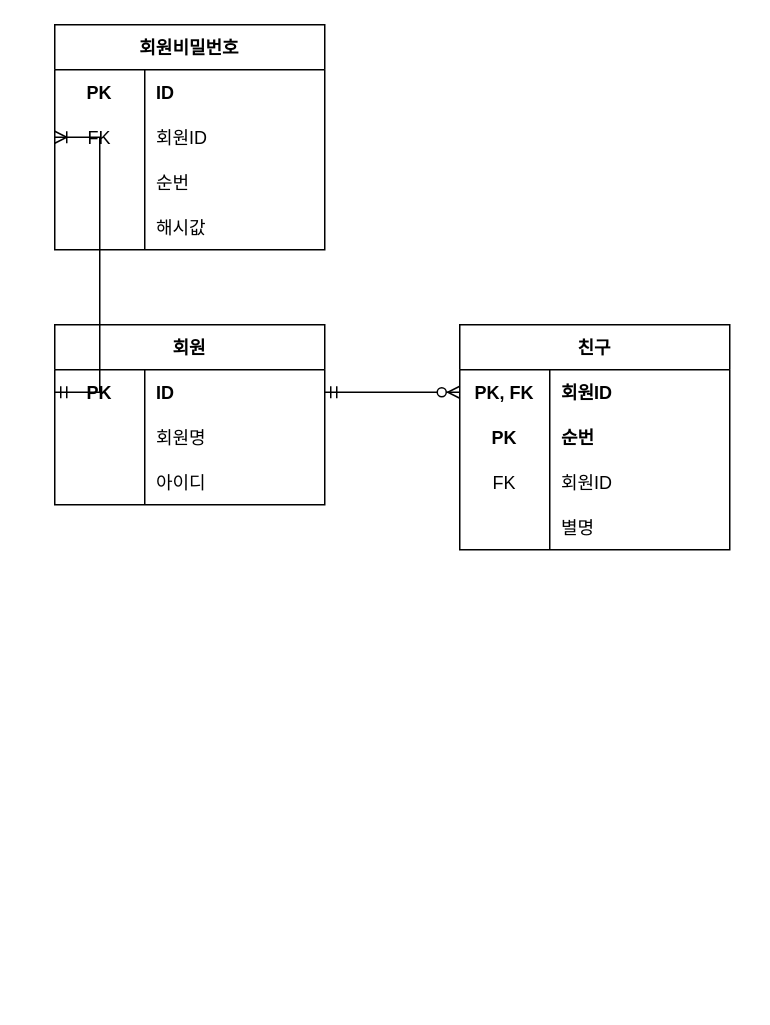
Earlier version of the draw.io diagram 제목 없는 다이어그램.drawio (GangBean/bankingService). Source tidied: cells renumbered, new cells numbered last; positions are measured from the earlier drawing's top-left corner, leaving out a move shared by most shapes. Both pictures are drawn from the tidied source at 150%, with x=0, y=0 at pixel (54, 24).
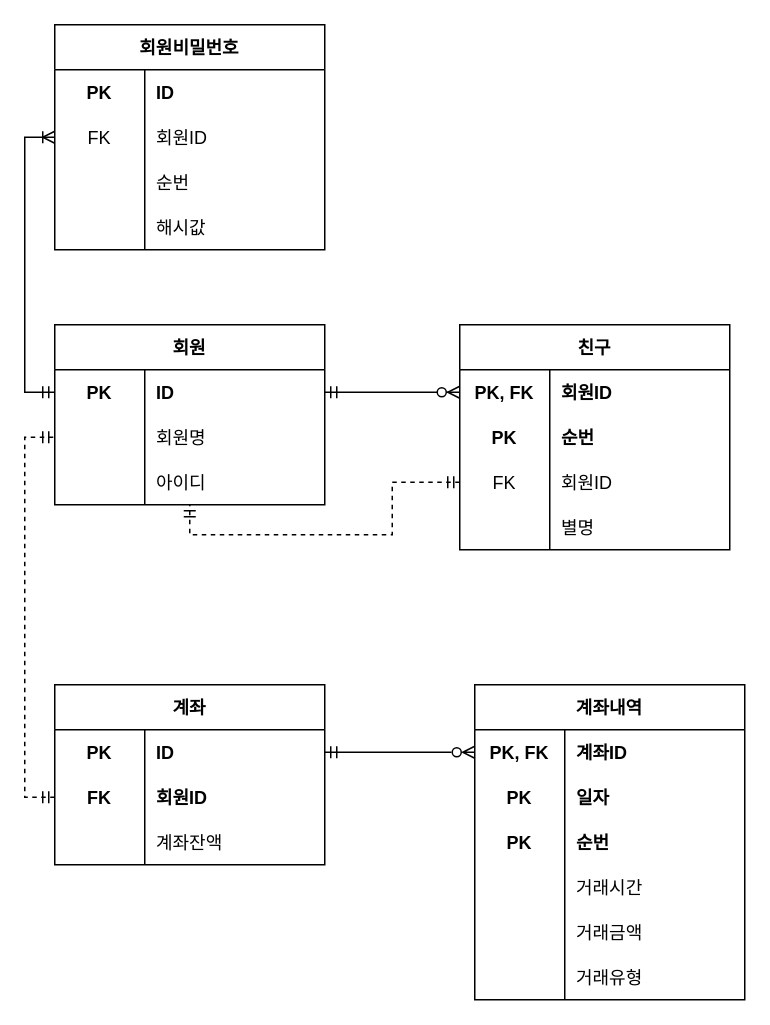
After the change.

Commit message (it also covers changes not shown here):
제목 없는 다이어그램.drawio 업데이트

Unchanged cells that the change refers to:
```xml
<mxCell id="3" style="shape=tableRow;horizontal=0;startSize=0;swimlaneHead=0;swimlaneBody=0;points=[[0,0.5],[1,0.5]];portConstraint=eastwest;top=0;left=0;right=0;bottom=0;strokeWidth=3;fillColor=none;strokeColor=#000000;" parent="2" vertex="1">
  <mxGeometry y="30" width="180" height="30" as="geometry" />
</mxCell>
<mxCell id="6" style="shape=tableRow;horizontal=0;startSize=0;swimlaneHead=0;swimlaneBody=0;fillColor=none;points=[[0,0.5],[1,0.5]];portConstraint=eastwest;top=0;left=0;right=0;bottom=0;" parent="2" vertex="1">
  <mxGeometry y="60" width="180" height="30" as="geometry" />
</mxCell>
<mxCell id="9" style="shape=tableRow;horizontal=0;startSize=0;swimlaneHead=0;swimlaneBody=0;fillColor=none;points=[[0,0.5],[1,0.5]];portConstraint=eastwest;top=0;left=0;right=0;bottom=0;" parent="2" vertex="1">
  <mxGeometry y="90" width="180" height="30" as="geometry" />
</mxCell>
<mxCell id="16" style="shape=tableRow;horizontal=0;startSize=0;swimlaneHead=0;swimlaneBody=0;points=[[0,0.5],[1,0.5]];portConstraint=eastwest;top=0;left=0;right=0;bottom=0;strokeWidth=3;fillColor=none;strokeColor=#000000;" parent="12" vertex="1">
  <mxGeometry y="60" width="180" height="30" as="geometry" />
</mxCell>
<mxCell id="32" style="shape=tableRow;horizontal=0;startSize=0;swimlaneHead=0;swimlaneBody=0;fillColor=none;points=[[0,0.5],[1,0.5]];portConstraint=eastwest;top=0;left=0;right=0;bottom=0;" parent="25" vertex="1">
  <mxGeometry y="90" width="180" height="30" as="geometry" />
</mxCell>
```

Change to the diagram source:
```diff
@@
-    <mxCell id="39" style="edgeStyle=entityRelationEdgeStyle;fontSize=12;html=1;endArrow=ERoneToMany;startArrow=ERmandOne;entryX=0;entryY=0.5;entryDx=0;entryDy=0;exitX=0;exitY=0.5;exitDx=0;exitDy=0;rounded=0;" parent="1" edge="1" source="3" target="16">
-      <mxGeometry x="-1" y="216" relative="1" as="geometry">
-        <mxPoint x="-210" y="166" as="offset" />
-      </mxGeometry>
+    <mxCell id="39" style="edgeStyle=orthogonalEdgeStyle;rounded=0;jettySize=auto;html=1;exitX=0;exitY=0.5;exitDx=0;exitDy=0;entryX=0;entryY=0.5;entryDx=0;entryDy=0;startArrow=ERmandOne;startFill=0;endArrow=ERoneToMany;endFill=0;" parent="1" edge="1" source="3" target="16">
+      <mxGeometry relative="1" as="geometry" />
     </mxCell>
+    <mxCell id="40" style="edgeStyle=orthogonalEdgeStyle;rounded=0;jettySize=auto;html=1;exitX=0;exitY=0.5;exitDx=0;exitDy=0;entryX=0.5;entryY=1;entryDx=0;entryDy=0;entryPerimeter=0;startArrow=ERmandOne;startFill=0;endArrow=ERmandOne;endFill=0;dashed=1;" parent="1" edge="1" source="32" target="9">
+      <mxGeometry relative="1" as="geometry" />
+    </mxCell>
+    <mxCell id="41" value="계좌" style="shape=table;startSize=30;childLayout=tableLayout;rowLines=0;fontStyle=1;align=center;" parent="1" vertex="1">
+      <mxGeometry y="440" width="180" height="120" as="geometry" />
+    </mxCell>
+    <mxCell id="42" style="shape=tableRow;horizontal=0;startSize=0;swimlaneHead=0;swimlaneBody=0;points=[[0,0.5],[1,0.5]];portConstraint=eastwest;top=0;left=0;right=0;bottom=0;strokeWidth=3;fillColor=none;strokeColor=#000000;" parent="41" vertex="1">
+      <mxGeometry y="30" width="180" height="30" as="geometry" />
+    </mxCell>
+    <mxCell id="43" value="PK" style="shape=partialRectangle;fillColor=none;top=0;left=0;bottom=0;right=0;fontStyle=1;overflow=hidden;" parent="42" vertex="1">
+      <mxGeometry width="60" height="30" as="geometry" />
+    </mxCell>
+    <mxCell id="44" value="ID" style="shape=partialRectangle;fillColor=none;top=0;left=0;bottom=0;right=0;align=left;spacingLeft=6;fontStyle=1;overflow=hidden;" parent="42" vertex="1">
+      <mxGeometry x="60" width="120" height="30" as="geometry" />
+    </mxCell>
+    <mxCell id="45" style="shape=tableRow;horizontal=0;startSize=0;swimlaneHead=0;swimlaneBody=0;fillColor=none;points=[[0,0.5],[1,0.5]];portConstraint=eastwest;top=0;left=0;right=0;bottom=0;" parent="41" vertex="1">
+      <mxGeometry y="60" width="180" height="30" as="geometry" />
+    </mxCell>
+    <mxCell id="46" value="FK" style="shape=partialRectangle;fillColor=none;top=0;left=0;bottom=0;right=0;overflow=hidden;fontStyle=1;" parent="45" vertex="1">
+      <mxGeometry width="60" height="30" as="geometry" />
+    </mxCell>
+    <mxCell id="47" value="회원ID" style="shape=partialRectangle;fillColor=none;top=0;left=0;bottom=0;right=0;align=left;spacingLeft=6;overflow=hidden;fontStyle=1;" parent="45" vertex="1">
+      <mxGeometry x="60" width="120" height="30" as="geometry" />
+    </mxCell>
+    <mxCell id="48" style="shape=tableRow;horizontal=0;startSize=0;swimlaneHead=0;swimlaneBody=0;fillColor=none;top=0;left=0;right=0;bottom=0;" parent="41" vertex="1">
+      <mxGeometry y="90" width="180" height="30" as="geometry" />
+    </mxCell>
+    <mxCell id="49" style="shape=partialRectangle;fillColor=none;top=0;left=0;bottom=0;right=0;overflow=hidden;" parent="48" vertex="1">
+      <mxGeometry width="60" height="30" as="geometry" />
+    </mxCell>
+    <mxCell id="50" value="계좌잔액" style="shape=partialRectangle;fillColor=none;top=0;left=0;bottom=0;right=0;align=left;spacingLeft=6;overflow=hidden;" parent="48" vertex="1">
+      <mxGeometry x="60" width="120" height="30" as="geometry" />
+    </mxCell>
+    <mxCell id="51" style="edgeStyle=orthogonalEdgeStyle;rounded=0;jettySize=auto;html=1;exitX=0;exitY=0.5;exitDx=0;exitDy=0;entryX=0;entryY=0.5;entryDx=0;entryDy=0;startArrow=ERmandOne;startFill=0;endArrow=ERmandOne;endFill=0;dashed=1;" parent="1" edge="1" source="45" target="6">
+      <mxGeometry relative="1" as="geometry" />
+    </mxCell>
+    <mxCell id="52" value="계좌내역" style="shape=table;startSize=30;childLayout=tableLayout;rowLines=0;fontStyle=1;align=center;" parent="1" vertex="1">
+      <mxGeometry x="280" y="440" width="180" height="210" as="geometry" />
+    </mxCell>
+    <mxCell id="53" style="shape=tableRow;horizontal=0;startSize=0;swimlaneHead=0;swimlaneBody=0;points=[[0,0.5],[1,0.5]];portConstraint=eastwest;top=0;left=0;right=0;bottom=0;strokeWidth=3;fillColor=none;strokeColor=#000000;" parent="52" vertex="1">
+      <mxGeometry y="30" width="180" height="30" as="geometry" />
+    </mxCell>
+    <mxCell id="54" value="PK, FK" style="shape=partialRectangle;fillColor=none;top=0;left=0;bottom=0;right=0;fontStyle=1;overflow=hidden;" parent="53" vertex="1">
+      <mxGeometry width="60" height="30" as="geometry" />
+    </mxCell>
+    <mxCell id="55" value="계좌ID" style="shape=partialRectangle;fillColor=none;top=0;left=0;bottom=0;right=0;align=left;spacingLeft=6;fontStyle=1;overflow=hidden;" parent="53" vertex="1">
+      <mxGeometry x="60" width="120" height="30" as="geometry" />
+    </mxCell>
+    <mxCell id="56" style="shape=tableRow;horizontal=0;startSize=0;swimlaneHead=0;swimlaneBody=0;fillColor=none;top=0;left=0;right=0;bottom=0;" parent="52" vertex="1">
+      <mxGeometry y="60" width="180" height="30" as="geometry" />
+    </mxCell>
+    <mxCell id="57" value="PK" style="shape=partialRectangle;fillColor=none;top=0;left=0;bottom=0;right=0;overflow=hidden;fontStyle=1;" parent="56" vertex="1">
+      <mxGeometry width="60" height="30" as="geometry" />
+    </mxCell>
+    <mxCell id="58" value="일자" style="shape=partialRectangle;fillColor=none;top=0;left=0;bottom=0;right=0;align=left;spacingLeft=6;overflow=hidden;fontStyle=1;" parent="56" vertex="1">
+      <mxGeometry x="60" width="120" height="30" as="geometry" />
+    </mxCell>
+    <mxCell id="59" style="shape=tableRow;horizontal=0;startSize=0;swimlaneHead=0;swimlaneBody=0;fillColor=none;top=0;left=0;right=0;bottom=0;" parent="52" vertex="1">
+      <mxGeometry y="90" width="180" height="30" as="geometry" />
+    </mxCell>
+    <mxCell id="60" value="PK" style="shape=partialRectangle;fillColor=none;top=0;left=0;bottom=0;right=0;overflow=hidden;fontStyle=1;" parent="59" vertex="1">
+      <mxGeometry width="60" height="30" as="geometry" />
+    </mxCell>
+    <mxCell id="61" value="순번" style="shape=partialRectangle;fillColor=none;top=0;left=0;bottom=0;right=0;align=left;spacingLeft=6;overflow=hidden;fontStyle=1;" parent="59" vertex="1">
+      <mxGeometry x="60" width="120" height="30" as="geometry" />
+    </mxCell>
+    <mxCell id="62" style="shape=tableRow;horizontal=0;startSize=0;swimlaneHead=0;swimlaneBody=0;fillColor=none;top=0;left=0;right=0;bottom=0;" parent="52" vertex="1">
+      <mxGeometry y="120" width="180" height="30" as="geometry" />
+    </mxCell>
+    <mxCell id="63" style="shape=partialRectangle;fillColor=none;top=0;left=0;bottom=0;right=0;overflow=hidden;" parent="62" vertex="1">
+      <mxGeometry width="60" height="30" as="geometry" />
+    </mxCell>
+    <mxCell id="64" value="거래시간" style="shape=partialRectangle;fillColor=none;top=0;left=0;bottom=0;right=0;align=left;spacingLeft=6;overflow=hidden;" parent="62" vertex="1">
+      <mxGeometry x="60" width="120" height="30" as="geometry" />
+    </mxCell>
+    <mxCell id="65" style="shape=tableRow;horizontal=0;startSize=0;swimlaneHead=0;swimlaneBody=0;fillColor=none;top=0;left=0;right=0;bottom=0;" parent="52" vertex="1">
+      <mxGeometry y="150" width="180" height="30" as="geometry" />
+    </mxCell>
+    <mxCell id="66" style="shape=partialRectangle;fillColor=none;top=0;left=0;bottom=0;right=0;overflow=hidden;" parent="65" vertex="1">
+      <mxGeometry width="60" height="30" as="geometry" />
+    </mxCell>
+    <mxCell id="67" value="거래금액" style="shape=partialRectangle;fillColor=none;top=0;left=0;bottom=0;right=0;align=left;spacingLeft=6;overflow=hidden;" parent="65" vertex="1">
+      <mxGeometry x="60" width="120" height="30" as="geometry" />
+    </mxCell>
+    <mxCell id="68" style="shape=tableRow;horizontal=0;startSize=0;swimlaneHead=0;swimlaneBody=0;fillColor=none;top=0;left=0;right=0;bottom=0;" parent="52" vertex="1">
+      <mxGeometry y="180" width="180" height="30" as="geometry" />
+    </mxCell>
+    <mxCell id="69" style="shape=partialRectangle;fillColor=none;top=0;left=0;bottom=0;right=0;overflow=hidden;" parent="68" vertex="1">
+      <mxGeometry width="60" height="30" as="geometry" />
+    </mxCell>
+    <mxCell id="70" value="거래유형" style="shape=partialRectangle;fillColor=none;top=0;left=0;bottom=0;right=0;align=left;spacingLeft=6;overflow=hidden;" parent="68" vertex="1">
+      <mxGeometry x="60" width="120" height="30" as="geometry" />
+    </mxCell>
+    <mxCell id="71" style="edgeStyle=orthogonalEdgeStyle;rounded=0;jettySize=auto;html=1;exitX=1;exitY=0.5;exitDx=0;exitDy=0;entryX=0;entryY=0.5;entryDx=0;entryDy=0;startArrow=ERmandOne;startFill=0;endArrow=ERzeroToMany;endFill=0;" parent="1" edge="1" source="42" target="53">
+      <mxGeometry relative="1" as="geometry" />
+    </mxCell>
```
